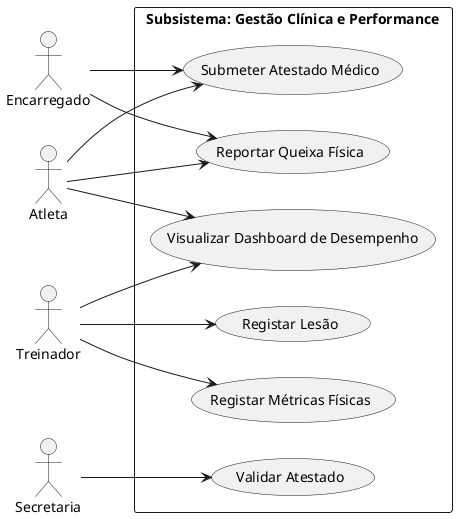
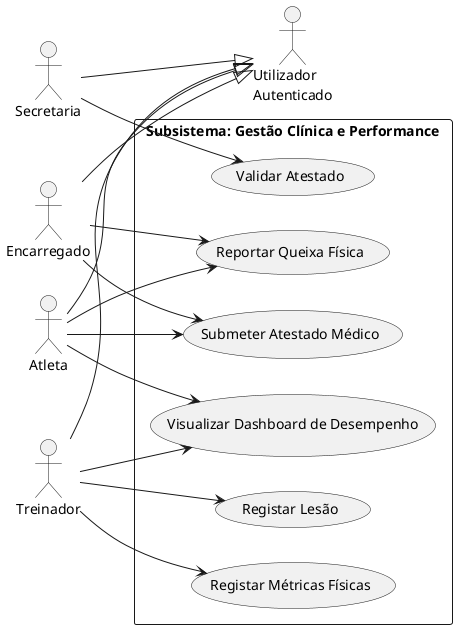
@startuml

left to right direction

+ actor "Utilizador\nAutenticado" as User
actor "Atleta" as Athlete
actor "Encarregado" as Parent
actor "Treinador" as Coach
actor "Secretaria" as Secretary
+ 
+ Athlete --|> User
+ Parent --|> User
+ Coach --|> User
+ Secretary --|> User

rectangle "Subsistema: Gestão Clínica e Performance" {
    usecase "Submeter Atestado Médico" as UC_SubmitMedical
    usecase "Validar Atestado" as UC_ValidateMedical
    usecase "Registar Lesão" as UC_LogInjury
    usecase "Reportar Queixa Física" as UC_ReportComplaint
    usecase "Registar Métricas Físicas" as UC_LogMetrics
    usecase "Visualizar Dashboard de Desempenho" as UC_ViewDashboard
}

Athlete --> UC_SubmitMedical
Parent --> UC_SubmitMedical
Athlete --> UC_ReportComplaint
Parent --> UC_ReportComplaint
Athlete --> UC_ViewDashboard

Secretary --> UC_ValidateMedical

Coach --> UC_LogInjury
Coach --> UC_LogMetrics
Coach --> UC_ViewDashboard

@enduml
